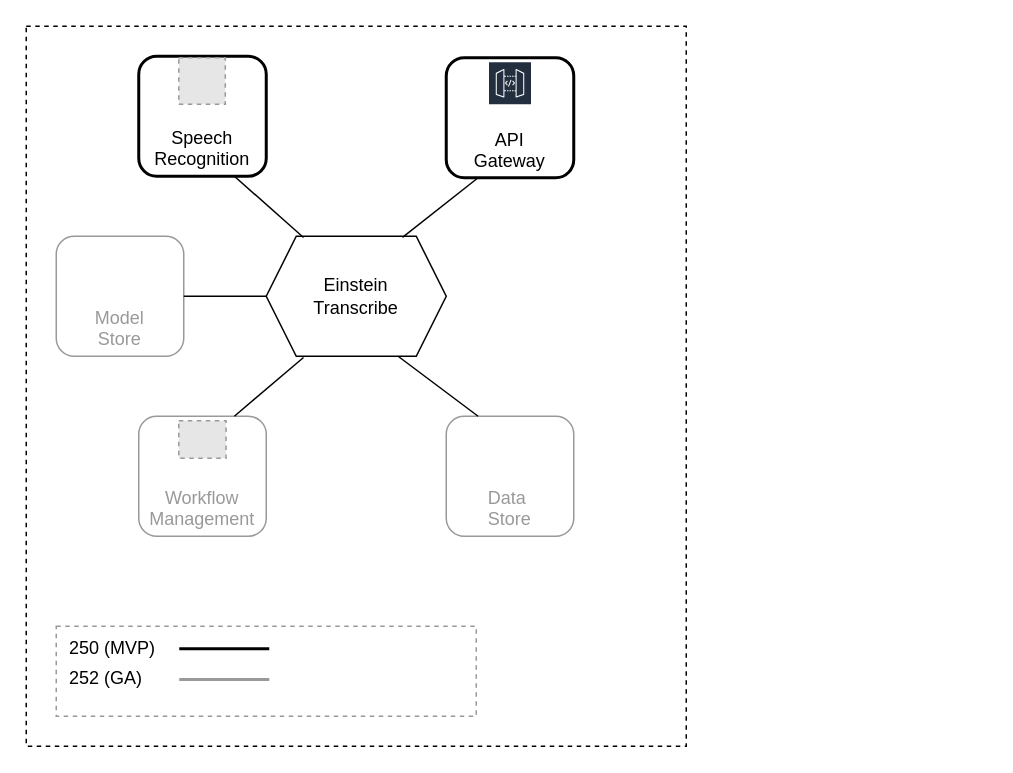
Earlier version of the draw.io diagram page "Page-6" (6 of 6) of docs/charts/system.drawio (dimastatz/linga). Source tidied: cells renumbered, new cells numbered last; positions are measured from the earlier drawing's top-left corner, leaving out a move shared by most shapes. Both pictures are drawn from the tidied source at 150%, with x=0, y=0 at pixel (26, 26). Pictures stored in the file or linked from it are replaced by grey dashed boxes.
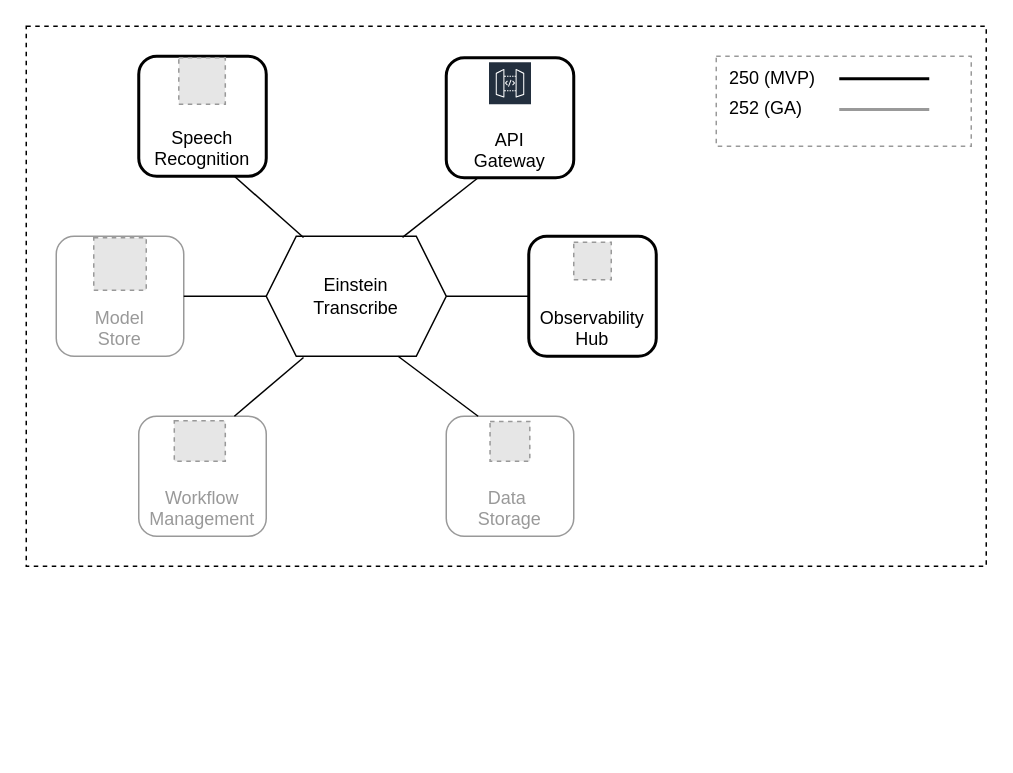
The same diagram, later.

The change refers to these unchanged cells:
```xml
<mxCell id="21" value="Einstein&lt;br&gt;Transcribe" style="shape=hexagon;perimeter=hexagonPerimeter2;whiteSpace=wrap;html=1;fixedSize=1;strokeColor=#000000;strokeWidth=1;fontSize=12;fontColor=#000000;fillColor=none;gradientColor=none;" parent="1" vertex="1">
  <mxGeometry x="160" y="140" width="120" height="80" as="geometry" />
</mxCell>
```

Change to the diagram source:
```diff
@@
     <mxCell id="2" style="rounded=0;whiteSpace=wrap;html=1;strokeColor=#000000;strokeWidth=1;fontColor=#999999;gradientColor=none;fillColor=none;dashed=1;" parent="1" vertex="1">
-      <mxGeometry width="440" height="480" as="geometry" />
+      <mxGeometry width="640" height="360" as="geometry" />
     </mxCell>
@@
-    <mxCell id="6" value="&lt;br&gt;&lt;br&gt;&lt;br&gt;Data&amp;nbsp;&lt;br&gt;Store" style="rounded=1;whiteSpace=wrap;html=1;gradientColor=none;strokeWidth=1;strokeColor=#999999;fontColor=#999999;" parent="1" vertex="1">
+    <mxCell id="6" value="&lt;br&gt;&lt;br&gt;&lt;br&gt;Data&amp;nbsp;&lt;br&gt;Storage" style="rounded=1;whiteSpace=wrap;html=1;gradientColor=none;strokeWidth=1;strokeColor=#999999;fontColor=#999999;" parent="1" vertex="1">
       <mxGeometry x="280" y="260" width="85" height="80" as="geometry" />
     </mxCell>
@@
-    <mxCell id="13" style="rounded=0;whiteSpace=wrap;html=1;dashed=1;strokeColor=#999999;strokeWidth=1;fontColor=#999999;fillColor=none;gradientColor=none;" parent="1" vertex="1">
-      <mxGeometry x="20" y="400" width="280" height="60" as="geometry" />
-    </mxCell>
-    <mxCell id="14" value="&lt;font color=&quot;#000000&quot;&gt;250 (MVP)&lt;/font&gt;" style="text;html=1;strokeColor=none;fillColor=none;align=left;verticalAlign=middle;whiteSpace=wrap;rounded=0;dashed=1;strokeWidth=1;fontColor=#999999;" parent="1" vertex="1">
-      <mxGeometry x="27" y="400" width="65" height="30" as="geometry" />
-    </mxCell>
-    <mxCell id="15" style="endArrow=none;html=1;fontColor=#000000;strokeWidth=2;" parent="1" edge="1">
-      <mxGeometry relative="1" as="geometry">
-        <mxPoint x="102" y="415" as="sourcePoint" />
-        <mxPoint x="162" y="415" as="targetPoint" />
-      </mxGeometry>
-    </mxCell>
-    <mxCell id="16" value="&lt;font color=&quot;#000000&quot;&gt;252 (GA)&lt;/font&gt;" style="text;html=1;strokeColor=none;fillColor=none;align=left;verticalAlign=middle;whiteSpace=wrap;rounded=0;dashed=1;strokeWidth=1;fontColor=#999999;" parent="1" vertex="1">
-      <mxGeometry x="27" y="420" width="65" height="30" as="geometry" />
-    </mxCell>
-    <mxCell id="17" style="endArrow=none;html=1;fontColor=#999999;strokeWidth=2;strokeColor=#999999;" parent="1" edge="1">
-      <mxGeometry relative="1" as="geometry">
-        <mxPoint x="102" y="435.5" as="sourcePoint" />
-        <mxPoint x="162" y="435.5" as="targetPoint" />
-      </mxGeometry>
-    </mxCell>
@@
     <mxCell id="20" style="fillColor=#E6E6E6;strokeColor=#999999;dashed=1;verticalLabelPosition=bottom;labelBackgroundColor=default;verticalAlign=top;" parent="1" vertex="1">
-      <mxGeometry x="101.7" y="263" width="31.5" height="25" as="geometry" />
+      <mxGeometry x="98.7" y="263" width="34" height="27" as="geometry" />
     </mxCell>
@@
+    <mxCell id="22" value="&lt;br&gt;&lt;br&gt;&lt;br&gt;Observability&lt;br&gt;Hub" style="rounded=1;whiteSpace=wrap;html=1;gradientColor=none;strokeWidth=2;strokeColor=#000000;fontColor=#000000;" parent="1" vertex="1">
+      <mxGeometry x="335" y="140" width="85" height="80" as="geometry" />
+    </mxCell>
+    <mxCell id="23" style="endArrow=none;html=1;exitX=1;exitY=0.5;exitDx=0;exitDy=0;entryX=0;entryY=0.5;entryDx=0;entryDy=0;" parent="1" edge="1" source="21" target="22">
+      <mxGeometry relative="1" as="geometry" />
+    </mxCell>
+    <mxCell id="24" style="rounded=0;whiteSpace=wrap;html=1;dashed=1;strokeColor=#999999;strokeWidth=1;fontColor=#999999;fillColor=none;gradientColor=none;" parent="1" vertex="1">
+      <mxGeometry x="460" y="20" width="170" height="60" as="geometry" />
+    </mxCell>
+    <mxCell id="14" value="&lt;font color=&quot;#000000&quot;&gt;250 (MVP)&lt;/font&gt;" style="text;html=1;strokeColor=none;fillColor=none;align=left;verticalAlign=middle;whiteSpace=wrap;rounded=0;dashed=1;strokeWidth=1;fontColor=#999999;" parent="1" vertex="1">
+      <mxGeometry x="467" y="20" width="65" height="30" as="geometry" />
+    </mxCell>
+    <mxCell id="25" style="endArrow=none;html=1;fontColor=#000000;strokeWidth=2;" parent="1" edge="1">
+      <mxGeometry relative="1" as="geometry">
+        <mxPoint x="542" y="35" as="sourcePoint" />
+        <mxPoint x="602" y="35" as="targetPoint" />
+      </mxGeometry>
+    </mxCell>
+    <mxCell id="16" value="&lt;font color=&quot;#000000&quot;&gt;252 (GA)&lt;/font&gt;" style="text;html=1;strokeColor=none;fillColor=none;align=left;verticalAlign=middle;whiteSpace=wrap;rounded=0;dashed=1;strokeWidth=1;fontColor=#999999;" parent="1" vertex="1">
+      <mxGeometry x="467" y="40" width="65" height="30" as="geometry" />
+    </mxCell>
+    <mxCell id="26" style="endArrow=none;html=1;fontColor=#999999;strokeWidth=2;strokeColor=#999999;" parent="1" edge="1">
+      <mxGeometry relative="1" as="geometry">
+        <mxPoint x="542" y="55.5" as="sourcePoint" />
+        <mxPoint x="602" y="55.5" as="targetPoint" />
+      </mxGeometry>
+    </mxCell>
+    <mxCell id="27" style="fillColor=#E6E6E6;strokeColor=#999999;dashed=1;verticalLabelPosition=bottom;labelBackgroundColor=default;verticalAlign=top;" parent="1" vertex="1">
+      <mxGeometry x="309.2" y="263.5" width="26.5" height="26.5" as="geometry" />
+    </mxCell>
+    <mxCell id="28" style="fillColor=#E6E6E6;strokeColor=#999999;dashed=1;verticalLabelPosition=bottom;labelBackgroundColor=default;verticalAlign=top;" parent="1" vertex="1">
+      <mxGeometry x="365" y="144" width="25" height="25" as="geometry" />
+    </mxCell>
+    <mxCell id="29" style="fillColor=#E6E6E6;strokeColor=#999999;dashed=1;verticalLabelPosition=bottom;labelBackgroundColor=default;verticalAlign=top;" parent="1" vertex="1">
+      <mxGeometry x="45" y="141" width="35" height="35" as="geometry" />
+    </mxCell>
```
